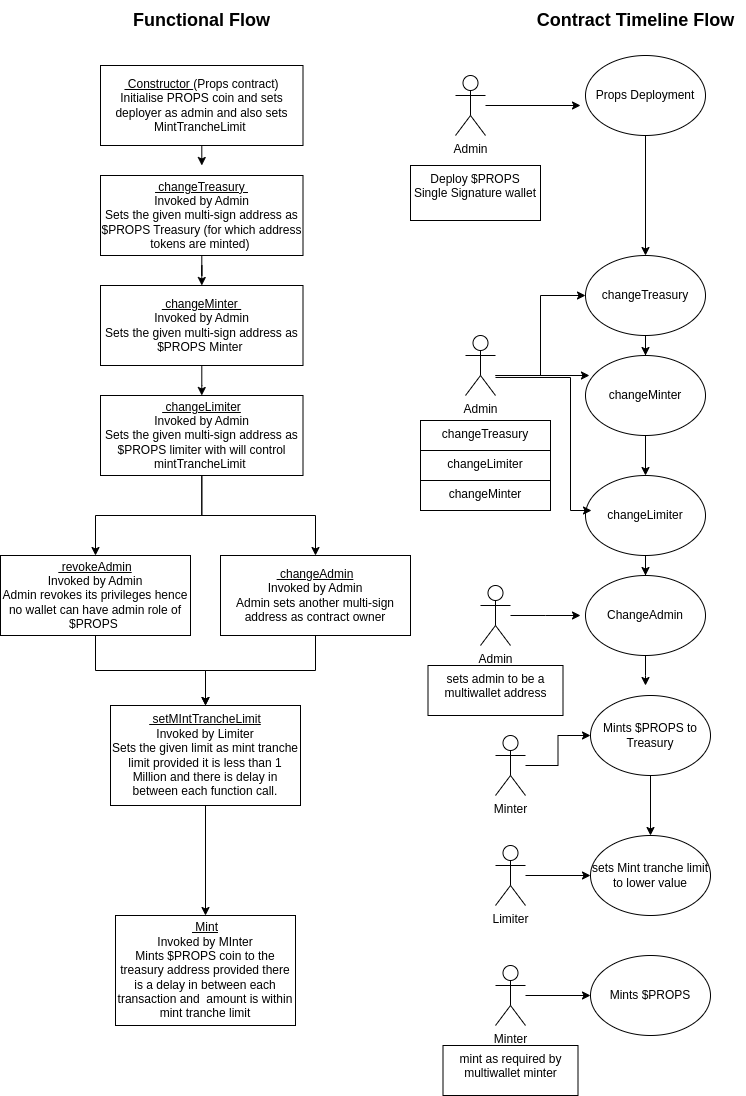
Before: docs/functional_diagram_props.png, a diagram exported from draw.io (Propbase-Application/evm_props). Source tidied: cells renumbered, new cells last; positions are measured from the earlier drawing's top-left corner, leaving out a move shared by most shapes. Its diagram source:
```xml
<mxGraphModel>
  <root>
    <mxCell id="0" />
    <mxCell id="1" parent="0" />
    <mxCell id="2" value="&lt;b&gt;&lt;font style=&quot;font-size: 18px;&quot;&gt;Functional Flow&lt;/font&gt;&lt;/b&gt;" style="text;html=1;align=center;verticalAlign=middle;strokeColor=none;fillColor=none;" parent="1" vertex="1">
      <mxGeometry x="121.2" width="160" height="40" as="geometry" />
    </mxCell>
    <mxCell id="3" style="edgeStyle=orthogonalEdgeStyle;rounded=0;jettySize=auto;html=1;" parent="1" edge="1" source="4">
      <mxGeometry relative="1" as="geometry">
        <mxPoint x="580" y="105" as="targetPoint" />
      </mxGeometry>
    </mxCell>
    <mxCell id="4" value="Admin" style="shape=umlActor;verticalLabelPosition=bottom;verticalAlign=top;html=1;outlineConnect=0;" parent="1" vertex="1">
      <mxGeometry x="455" y="75" width="30" height="60" as="geometry" />
    </mxCell>
    <mxCell id="5" value="Deploy $PROPS&lt;br&gt;Single Signature wallet" style="whiteSpace=wrap;html=1;verticalAlign=top;" parent="1" vertex="1">
      <mxGeometry x="410" y="165" width="130" height="55" as="geometry" />
    </mxCell>
    <mxCell id="6" value="&lt;font style=&quot;font-size: 18px;&quot;&gt;&lt;b style=&quot;&quot;&gt;Contract Timeline Flow&lt;/b&gt;&lt;/font&gt;" style="text;html=1;align=center;verticalAlign=middle;strokeColor=none;fillColor=none;" parent="1" vertex="1">
      <mxGeometry x="525" width="220" height="40" as="geometry" />
    </mxCell>
    <mxCell id="7" style="edgeStyle=orthogonalEdgeStyle;rounded=0;jettySize=auto;html=1;entryX=0.5;entryY=0;entryDx=0;entryDy=0;" parent="1" edge="1" source="8" target="40">
      <mxGeometry relative="1" as="geometry" />
    </mxCell>
    <mxCell id="8" value="Props Deployment" style="ellipse;whiteSpace=wrap;html=1;" parent="1" vertex="1">
      <mxGeometry x="585" y="55" width="120" height="80" as="geometry" />
    </mxCell>
    <mxCell id="9" style="edgeStyle=orthogonalEdgeStyle;rounded=0;jettySize=auto;html=1;" parent="1" edge="1" source="10">
      <mxGeometry relative="1" as="geometry">
        <mxPoint x="201.2" y="165" as="targetPoint" />
      </mxGeometry>
    </mxCell>
    <mxCell id="10" value="&lt;u&gt;&amp;nbsp;Constructor&amp;nbsp;&lt;/u&gt;(Props contract)&lt;br&gt;&lt;div&gt;Initialise PROPS coin and sets deployer as admin and also sets MintTrancheLimit&amp;nbsp;&lt;br&gt;&lt;/div&gt;" style="rounded=0;whiteSpace=wrap;html=1;" parent="1" vertex="1">
      <mxGeometry x="100" y="65" width="202.5" height="80" as="geometry" />
    </mxCell>
    <mxCell id="11" style="edgeStyle=orthogonalEdgeStyle;rounded=0;jettySize=auto;html=1;entryX=0.5;entryY=0;entryDx=0;entryDy=0;" parent="1" edge="1" source="12" target="15">
      <mxGeometry relative="1" as="geometry" />
    </mxCell>
    <mxCell id="12" value="&lt;u&gt;&amp;nbsp;changeMinter&amp;nbsp;&lt;/u&gt;&lt;div&gt;Invoked by Admin&lt;br&gt;&lt;div&gt;Sets the given multi-sign address as $PROPS Minter&amp;nbsp;&lt;/div&gt;&lt;/div&gt;" style="rounded=0;whiteSpace=wrap;html=1;" parent="1" vertex="1">
      <mxGeometry x="100" y="285" width="202.5" height="80" as="geometry" />
    </mxCell>
    <mxCell id="13" style="edgeStyle=orthogonalEdgeStyle;rounded=0;jettySize=auto;html=1;entryX=0.5;entryY=0;entryDx=0;entryDy=0;" parent="1" edge="1" source="15" target="21">
      <mxGeometry relative="1" as="geometry" />
    </mxCell>
    <mxCell id="14" style="edgeStyle=orthogonalEdgeStyle;rounded=0;jettySize=auto;html=1;" parent="1" edge="1" source="15" target="23">
      <mxGeometry relative="1" as="geometry" />
    </mxCell>
    <mxCell id="15" value="&lt;u&gt;&amp;nbsp;changeLimiter&lt;/u&gt;&lt;div&gt;Invoked by Admin&lt;br&gt;&lt;div&gt;Sets the given multi-sign address as $PROPS limiter with will control mintTrancheLimit&amp;nbsp;&lt;/div&gt;&lt;/div&gt;" style="rounded=0;whiteSpace=wrap;html=1;" parent="1" vertex="1">
      <mxGeometry x="100" y="395" width="202.5" height="80" as="geometry" />
    </mxCell>
    <mxCell id="16" style="edgeStyle=orthogonalEdgeStyle;rounded=0;jettySize=auto;html=1;entryX=0;entryY=0.5;entryDx=0;entryDy=0;" parent="1" edge="1" source="17" target="40">
      <mxGeometry relative="1" as="geometry">
        <Array as="points">
          <mxPoint x="540" y="375" />
          <mxPoint x="540" y="295" />
        </Array>
      </mxGeometry>
    </mxCell>
    <mxCell id="17" value="Admin" style="shape=umlActor;verticalLabelPosition=bottom;verticalAlign=top;html=1;outlineConnect=0;" parent="1" vertex="1">
      <mxGeometry x="465" y="335" width="30" height="60" as="geometry" />
    </mxCell>
    <mxCell id="18" value="changeMinter&lt;span style=&quot;color: rgba(0, 0, 0, 0); font-family: monospace; font-size: 0px; text-align: start; text-wrap: nowrap;&quot;&gt;%3CmxGraphModel%3E%3Croot%3E%3CmxCell%20id%3D%220%22%2F%3E%3CmxCell%20id%3D%221%22%20parent%3D%220%22%2F%3E%3CmxCell%20id%3D%222%22%20style%3D%22edgeStyle%3DorthogonalEdgeStyle%3Brounded%3D0%3BorthogonalLoop%3D1%3BjettySize%3Dauto%3Bhtml%3D1%3B%22%20edge%3D%221%22%20source%3D%223%22%20parent%3D%221%22%3E%3CmxGeometry%20relative%3D%221%22%20as%3D%22geometry%22%3E%3CmxPoint%20x%3D%22655%22%20y%3D%22180%22%20as%3D%22targetPoint%22%2F%3E%3C%2FmxGeometry%3E%3C%2FmxCell%3E%3CmxCell%20id%3D%223%22%20value%3D%22Admin%22%20style%3D%22shape%3DumlActor%3BverticalLabelPosition%3Dbottom%3BverticalAlign%3Dtop%3Bhtml%3D1%3BoutlineConnect%3D0%3B%22%20vertex%3D%221%22%20parent%3D%221%22%3E%3CmxGeometry%20x%3D%22505%22%20y%3D%22150%22%20width%3D%2230%22%20height%3D%2260%22%20as%3D%22geometry%22%2F%3E%3C%2FmxCell%3E%3CmxCell%20id%3D%224%22%20value%3D%22Deploy%20%24PROPS%26lt%3Bbr%26gt%3BSingle%20Signature%20wallet%22%20style%3D%22whiteSpace%3Dwrap%3Bhtml%3D1%3BverticalAlign%3Dtop%3B%22%20vertex%3D%221%22%20parent%3D%221%22%3E%3CmxGeometry%20x%3D%22460%22%20y%3D%22235%22%20width%3D%22130%22%20height%3D%2255%22%20as%3D%22geometry%22%2F%3E%3C%2FmxCell%3E%3C%2Froot%3E%3C%2FmxGraphModel%3E&lt;/span&gt;" style="whiteSpace=wrap;html=1;verticalAlign=top;" parent="1" vertex="1">
      <mxGeometry x="420" y="480" width="130" height="30" as="geometry" />
    </mxCell>
    <mxCell id="19" value="changeLimiter" style="whiteSpace=wrap;html=1;verticalAlign=top;" parent="1" vertex="1">
      <mxGeometry x="420" y="450" width="130" height="30" as="geometry" />
    </mxCell>
    <mxCell id="20" style="edgeStyle=orthogonalEdgeStyle;rounded=0;jettySize=auto;html=1;entryX=0.5;entryY=0;entryDx=0;entryDy=0;" parent="1" edge="1" source="21" target="25">
      <mxGeometry relative="1" as="geometry" />
    </mxCell>
    <mxCell id="21" value="&lt;u&gt;&amp;nbsp;revokeAdmin&lt;/u&gt;&lt;div&gt;Invoked by Admin&lt;br&gt;&lt;div&gt;Admin revokes its privileges hence no wallet can have admin role of $PROPS&amp;nbsp;&lt;/div&gt;&lt;/div&gt;" style="rounded=0;whiteSpace=wrap;html=1;" parent="1" vertex="1">
      <mxGeometry y="555" width="190" height="80" as="geometry" />
    </mxCell>
    <mxCell id="22" style="edgeStyle=orthogonalEdgeStyle;rounded=0;jettySize=auto;html=1;entryX=0.5;entryY=0;entryDx=0;entryDy=0;" parent="1" edge="1" source="23" target="25">
      <mxGeometry relative="1" as="geometry" />
    </mxCell>
    <mxCell id="23" value="&lt;u&gt;&amp;nbsp;changeAdmin&lt;/u&gt;&lt;div&gt;Invoked by Admin&lt;br&gt;&lt;div&gt;Admin sets another multi-sign address as contract owner&lt;/div&gt;&lt;/div&gt;" style="rounded=0;whiteSpace=wrap;html=1;" parent="1" vertex="1">
      <mxGeometry x="220" y="555" width="190" height="80" as="geometry" />
    </mxCell>
    <mxCell id="24" style="edgeStyle=orthogonalEdgeStyle;rounded=0;jettySize=auto;html=1;entryX=0.5;entryY=0;entryDx=0;entryDy=0;" parent="1" edge="1" source="25" target="27">
      <mxGeometry relative="1" as="geometry" />
    </mxCell>
    <mxCell id="25" value="&lt;u&gt;&amp;nbsp;setMIntTrancheLimit&lt;/u&gt;&lt;div&gt;Invoked by Limiter&lt;br&gt;&lt;div&gt;Sets the given limit as mint tranche limit provided it is less than 1 Million and there is delay in between each function call.&lt;/div&gt;&lt;/div&gt;" style="rounded=0;whiteSpace=wrap;html=1;" parent="1" vertex="1">
      <mxGeometry x="110" y="705" width="190" height="100" as="geometry" />
    </mxCell>
    <mxCell id="26" value="sets Mint tranche limit to lower value" style="ellipse;whiteSpace=wrap;html=1;" parent="1" vertex="1">
      <mxGeometry x="590" y="835" width="120" height="80" as="geometry" />
    </mxCell>
    <mxCell id="27" value="&lt;u&gt;&amp;nbsp;Mint&lt;/u&gt;&lt;div&gt;Invoked by MInter&lt;br&gt;&lt;div&gt;Mints $PROPS coin to the treasury address provided there is a delay in between each transaction and&amp;nbsp; amount is within mint tranche limit&lt;/div&gt;&lt;/div&gt;" style="rounded=0;whiteSpace=wrap;html=1;" parent="1" vertex="1">
      <mxGeometry x="115" y="915" width="180" height="110" as="geometry" />
    </mxCell>
    <mxCell id="28" style="edgeStyle=orthogonalEdgeStyle;rounded=0;jettySize=auto;html=1;entryX=0;entryY=0.5;entryDx=0;entryDy=0;" parent="1" edge="1" source="29" target="26">
      <mxGeometry relative="1" as="geometry" />
    </mxCell>
    <mxCell id="29" value="Limiter" style="shape=umlActor;verticalLabelPosition=bottom;verticalAlign=top;html=1;outlineConnect=0;" parent="1" vertex="1">
      <mxGeometry x="495" y="845" width="30" height="60" as="geometry" />
    </mxCell>
    <mxCell id="30" style="edgeStyle=orthogonalEdgeStyle;rounded=0;jettySize=auto;html=1;entryX=0;entryY=0.5;entryDx=0;entryDy=0;" parent="1" edge="1" source="31" target="36">
      <mxGeometry relative="1" as="geometry" />
    </mxCell>
    <mxCell id="31" value="Minter" style="shape=umlActor;verticalLabelPosition=bottom;verticalAlign=top;html=1;outlineConnect=0;" parent="1" vertex="1">
      <mxGeometry x="495" y="735" width="30" height="60" as="geometry" />
    </mxCell>
    <mxCell id="32" value="changeTreasury&lt;span style=&quot;color: rgba(0, 0, 0, 0); font-family: monospace; font-size: 0px; text-align: start; text-wrap: nowrap;&quot;&gt;%3CmxGraphModel%3E%3Croot%3E%3CmxCell%20id%3D%220%22%2F%3E%3CmxCell%20id%3D%221%22%20parent%3D%220%22%2F%3E%3CmxCell%20id%3D%222%22%20style%3D%22edgeStyle%3DorthogonalEdgeStyle%3Brounded%3D0%3BorthogonalLoop%3D1%3BjettySize%3Dauto%3Bhtml%3D1%3B%22%20edge%3D%221%22%20source%3D%223%22%20parent%3D%221%22%3E%3CmxGeometry%20relative%3D%221%22%20as%3D%22geometry%22%3E%3CmxPoint%20x%3D%22655%22%20y%3D%22180%22%20as%3D%22targetPoint%22%2F%3E%3C%2FmxGeometry%3E%3C%2FmxCell%3E%3CmxCell%20id%3D%223%22%20value%3D%22Admin%22%20style%3D%22shape%3DumlActor%3BverticalLabelPosition%3Dbottom%3BverticalAlign%3Dtop%3Bhtml%3D1%3BoutlineConnect%3D0%3B%22%20vertex%3D%221%22%20parent%3D%221%22%3E%3CmxGeometry%20x%3D%22505%22%20y%3D%22150%22%20width%3D%2230%22%20height%3D%2260%22%20as%3D%22geometry%22%2F%3E%3C%2FmxCell%3E%3CmxCell%20id%3D%224%22%20value%3D%22Deploy%20%24PROPS%26lt%3Bbr%26gt%3BSingle%20Signature%20wallet%22%20style%3D%22whiteSpace%3Dwrap%3Bhtml%3D1%3BverticalAlign%3Dtop%3B%22%20vertex%3D%221%22%20parent%3D%221%22%3E%3CmxGeometry%20x%3D%22460%22%20y%3D%22235%22%20width%3D%22130%22%20height%3D%2255%22%20as%3D%22geometry%22%2F%3E%3C%2FmxCell%3E%3C%2Froot%3E%3C%2FmxGraphModel%&lt;/span&gt;" style="whiteSpace=wrap;html=1;verticalAlign=top;" parent="1" vertex="1">
      <mxGeometry x="420" y="420" width="130" height="30" as="geometry" />
    </mxCell>
    <mxCell id="33" style="edgeStyle=orthogonalEdgeStyle;rounded=0;jettySize=auto;html=1;" parent="1" edge="1" source="34" target="12">
      <mxGeometry relative="1" as="geometry" />
    </mxCell>
    <mxCell id="34" value="&lt;u&gt;&amp;nbsp;changeTreasury&amp;nbsp;&lt;/u&gt;&lt;div&gt;Invoked by Admin&lt;br&gt;&lt;div&gt;Sets the given multi-sign address as $PROPS Treasury (for which address tokens are minted)&amp;nbsp;&lt;/div&gt;&lt;/div&gt;" style="rounded=0;whiteSpace=wrap;html=1;" parent="1" vertex="1">
      <mxGeometry x="100" y="175" width="202.5" height="80" as="geometry" />
    </mxCell>
    <mxCell id="35" style="edgeStyle=orthogonalEdgeStyle;rounded=0;jettySize=auto;html=1;" parent="1" edge="1" source="36" target="26">
      <mxGeometry relative="1" as="geometry" />
    </mxCell>
    <mxCell id="36" value="Mints $PROPS to Treasury" style="ellipse;whiteSpace=wrap;html=1;" parent="1" vertex="1">
      <mxGeometry x="590" y="695" width="120" height="80" as="geometry" />
    </mxCell>
    <mxCell id="37" style="edgeStyle=orthogonalEdgeStyle;rounded=0;jettySize=auto;html=1;" parent="1" edge="1" source="38" target="48">
      <mxGeometry relative="1" as="geometry" />
    </mxCell>
    <mxCell id="38" value="changeLimiter" style="ellipse;whiteSpace=wrap;html=1;" parent="1" vertex="1">
      <mxGeometry x="585" y="475" width="120" height="80" as="geometry" />
    </mxCell>
    <mxCell id="39" style="edgeStyle=orthogonalEdgeStyle;rounded=0;jettySize=auto;html=1;" parent="1" edge="1" source="40" target="42">
      <mxGeometry relative="1" as="geometry" />
    </mxCell>
    <mxCell id="40" value="changeTreasury&lt;span style=&quot;color: rgba(0, 0, 0, 0); font-family: monospace; font-size: 0px; text-align: start;&quot;&gt;%3CmxGraphModel%3E%3Croot%3E%3CmxCell%20id%3D%220%22%2F%3E%3CmxCell%20id%3D%221%22%20parent%3D%220%22%2F%3E%3CmxCell%20id%3D%222%22%20style%3D%22edgeStyle%3DorthogonalEdgeStyle%3Brounded%3D0%3BorthogonalLoop%3D1%3BjettySize%3Dauto%3Bhtml%3D1%3B%22%20edge%3D%221%22%20source%3D%223%22%20parent%3D%221%22%3E%3CmxGeometry%20relative%3D%221%22%20as%3D%22geometry%22%3E%3CmxPoint%20x%3D%22655%22%20y%3D%22180%22%20as%3D%22targetPoint%22%2F%3E%3C%2FmxGeometry%3E%3C%2FmxCell%3E%3CmxCell%20id%3D%223%22%20value%3D%22Admin%22%20style%3D%22shape%3DumlActor%3BverticalLabelPosition%3Dbottom%3BverticalAlign%3Dtop%3Bhtml%3D1%3BoutlineConnect%3D0%3B%22%20vertex%3D%221%22%20parent%3D%221%22%3E%3CmxGeometry%20x%3D%22505%22%20y%3D%22150%22%20width%3D%2230%22%20height%3D%2260%22%20as%3D%22geometry%22%2F%3E%3C%2FmxCell%3E%3CmxCell%20id%3D%224%22%20value%3D%22Deploy%20%24PROPS%26lt%3Bbr%26gt%3BSingle%20Signature%20wallet%22%20style%3D%22whiteSpace%3Dwrap%3Bhtml%3D1%3BverticalAlign%3Dtop%3B%22%20vertex%3D%221%22%20parent%3D%221%22%3E%3CmxGeometry%20x%3D%22460%22%20y%3D%22235%22%20width%3D%22130%22%20height%3D%2255%22%20as%3D%22geometry%22%2F%3E%3C%2FmxCell%3E%3C%2Froot%3E%3C%2FmxGraphModel%&lt;/span&gt;" style="ellipse;whiteSpace=wrap;html=1;" parent="1" vertex="1">
      <mxGeometry x="585" y="255" width="120" height="80" as="geometry" />
    </mxCell>
    <mxCell id="41" style="edgeStyle=orthogonalEdgeStyle;rounded=0;jettySize=auto;html=1;entryX=0.5;entryY=0;entryDx=0;entryDy=0;" parent="1" edge="1" source="42" target="38">
      <mxGeometry relative="1" as="geometry" />
    </mxCell>
    <mxCell id="42" value="changeMinter" style="ellipse;whiteSpace=wrap;html=1;" parent="1" vertex="1">
      <mxGeometry x="585" y="355" width="120" height="80" as="geometry" />
    </mxCell>
    <mxCell id="43" style="edgeStyle=orthogonalEdgeStyle;rounded=0;jettySize=auto;html=1;entryX=0;entryY=0.5;entryDx=0;entryDy=0;" parent="1" edge="1" source="44" target="46">
      <mxGeometry relative="1" as="geometry" />
    </mxCell>
    <mxCell id="44" value="Minter" style="shape=umlActor;verticalLabelPosition=bottom;verticalAlign=top;html=1;outlineConnect=0;" parent="1" vertex="1">
      <mxGeometry x="495" y="965" width="30" height="60" as="geometry" />
    </mxCell>
    <mxCell id="45" value="mint as required by multiwallet minter" style="whiteSpace=wrap;html=1;verticalAlign=top;" parent="1" vertex="1">
      <mxGeometry x="442.5" y="1045" width="135" height="50" as="geometry" />
    </mxCell>
    <mxCell id="46" value="Mints $PROPS" style="ellipse;whiteSpace=wrap;html=1;" parent="1" vertex="1">
      <mxGeometry x="590" y="955" width="120" height="80" as="geometry" />
    </mxCell>
    <mxCell id="47" style="edgeStyle=orthogonalEdgeStyle;rounded=0;jettySize=auto;html=1;" parent="1" edge="1" source="48">
      <mxGeometry relative="1" as="geometry">
        <mxPoint x="645" y="685" as="targetPoint" />
      </mxGeometry>
    </mxCell>
    <mxCell id="48" value="ChangeAdmin" style="ellipse;whiteSpace=wrap;html=1;" parent="1" vertex="1">
      <mxGeometry x="585" y="575" width="120" height="80" as="geometry" />
    </mxCell>
    <mxCell id="49" style="edgeStyle=orthogonalEdgeStyle;rounded=0;jettySize=auto;html=1;" parent="1" edge="1" source="50">
      <mxGeometry relative="1" as="geometry">
        <mxPoint x="580" y="615" as="targetPoint" />
      </mxGeometry>
    </mxCell>
    <mxCell id="50" value="Admin" style="shape=umlActor;verticalLabelPosition=bottom;verticalAlign=top;html=1;outlineConnect=0;" parent="1" vertex="1">
      <mxGeometry x="480" y="585" width="30" height="60" as="geometry" />
    </mxCell>
    <mxCell id="51" value="sets admin to be a multiwallet address" style="whiteSpace=wrap;html=1;verticalAlign=top;" parent="1" vertex="1">
      <mxGeometry x="427.5" y="665" width="135" height="50" as="geometry" />
    </mxCell>
    <mxCell id="52" style="edgeStyle=orthogonalEdgeStyle;rounded=0;orthogonalLoop=1;jettySize=auto;html=1;entryX=0.05;entryY=0.288;entryDx=0;entryDy=0;entryPerimeter=0;" parent="1" edge="1">
      <mxGeometry relative="1" as="geometry">
        <mxPoint x="495" y="377" as="sourcePoint" />
        <mxPoint x="591" y="510" as="targetPoint" />
        <Array as="points">
          <mxPoint x="570" y="377" />
          <mxPoint x="570" y="510" />
        </Array>
      </mxGeometry>
    </mxCell>
    <mxCell id="53" style="edgeStyle=orthogonalEdgeStyle;rounded=0;jettySize=auto;html=1;entryX=0.033;entryY=0.25;entryDx=0;entryDy=0;entryPerimeter=0;" parent="1" edge="1" source="17" target="42">
      <mxGeometry relative="1" as="geometry">
        <Array as="points">
          <mxPoint x="530" y="375" />
          <mxPoint x="530" y="375" />
        </Array>
      </mxGeometry>
    </mxCell>
  </root>
</mxGraphModel>
```
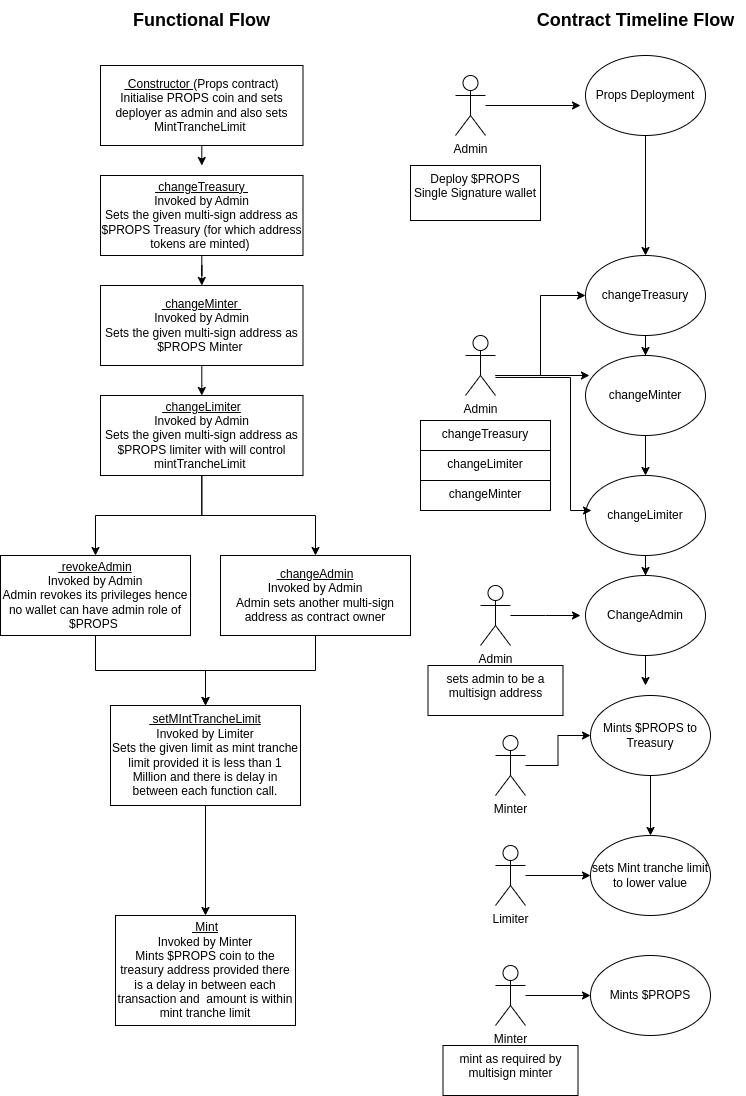
After the change.

The edit, as a diff of the source:
```diff
@@ -86,7 +86,7 @@
     <mxCell id="26" value="sets Mint tranche limit to lower value" style="ellipse;whiteSpace=wrap;html=1;" parent="1" vertex="1">
       <mxGeometry x="590" y="835" width="120" height="80" as="geometry" />
     </mxCell>
-    <mxCell id="27" value="&lt;u&gt;&amp;nbsp;Mint&lt;/u&gt;&lt;div&gt;Invoked by MInter&lt;br&gt;&lt;div&gt;Mints $PROPS coin to the treasury address provided there is a delay in between each transaction and&amp;nbsp; amount is within mint tranche limit&lt;/div&gt;&lt;/div&gt;" style="rounded=0;whiteSpace=wrap;html=1;" parent="1" vertex="1">
+    <mxCell id="27" value="&lt;u&gt;&amp;nbsp;Mint&lt;/u&gt;&lt;div&gt;Invoked by Minter&lt;br&gt;&lt;div&gt;Mints $PROPS coin to the treasury address provided there is a delay in between each transaction and&amp;nbsp; amount is within mint tranche limit&lt;/div&gt;&lt;/div&gt;" style="rounded=0;whiteSpace=wrap;html=1;" parent="1" vertex="1">
       <mxGeometry x="115" y="915" width="180" height="110" as="geometry" />
     </mxCell>
     <mxCell id="28" style="edgeStyle=orthogonalEdgeStyle;rounded=0;jettySize=auto;html=1;entryX=0;entryY=0.5;entryDx=0;entryDy=0;" parent="1" edge="1" source="29" target="26">
@@ -140,7 +140,7 @@
     <mxCell id="44" value="Minter" style="shape=umlActor;verticalLabelPosition=bottom;verticalAlign=top;html=1;outlineConnect=0;" parent="1" vertex="1">
       <mxGeometry x="495" y="965" width="30" height="60" as="geometry" />
     </mxCell>
-    <mxCell id="45" value="mint as required by multiwallet minter" style="whiteSpace=wrap;html=1;verticalAlign=top;" parent="1" vertex="1">
+    <mxCell id="45" value="mint as required by multisign minter" style="whiteSpace=wrap;html=1;verticalAlign=top;" parent="1" vertex="1">
       <mxGeometry x="442.5" y="1045" width="135" height="50" as="geometry" />
     </mxCell>
     <mxCell id="46" value="Mints $PROPS" style="ellipse;whiteSpace=wrap;html=1;" parent="1" vertex="1">
@@ -162,7 +162,7 @@
     <mxCell id="50" value="Admin" style="shape=umlActor;verticalLabelPosition=bottom;verticalAlign=top;html=1;outlineConnect=0;" parent="1" vertex="1">
       <mxGeometry x="480" y="585" width="30" height="60" as="geometry" />
     </mxCell>
-    <mxCell id="51" value="sets admin to be a multiwallet address" style="whiteSpace=wrap;html=1;verticalAlign=top;" parent="1" vertex="1">
+    <mxCell id="51" value="sets admin to be a multisign address" style="whiteSpace=wrap;html=1;verticalAlign=top;" parent="1" vertex="1">
       <mxGeometry x="427.5" y="665" width="135" height="50" as="geometry" />
     </mxCell>
     <mxCell id="52" style="edgeStyle=orthogonalEdgeStyle;rounded=0;orthogonalLoop=1;jettySize=auto;html=1;entryX=0.05;entryY=0.288;entryDx=0;entryDy=0;entryPerimeter=0;" parent="1" edge="1">
```
